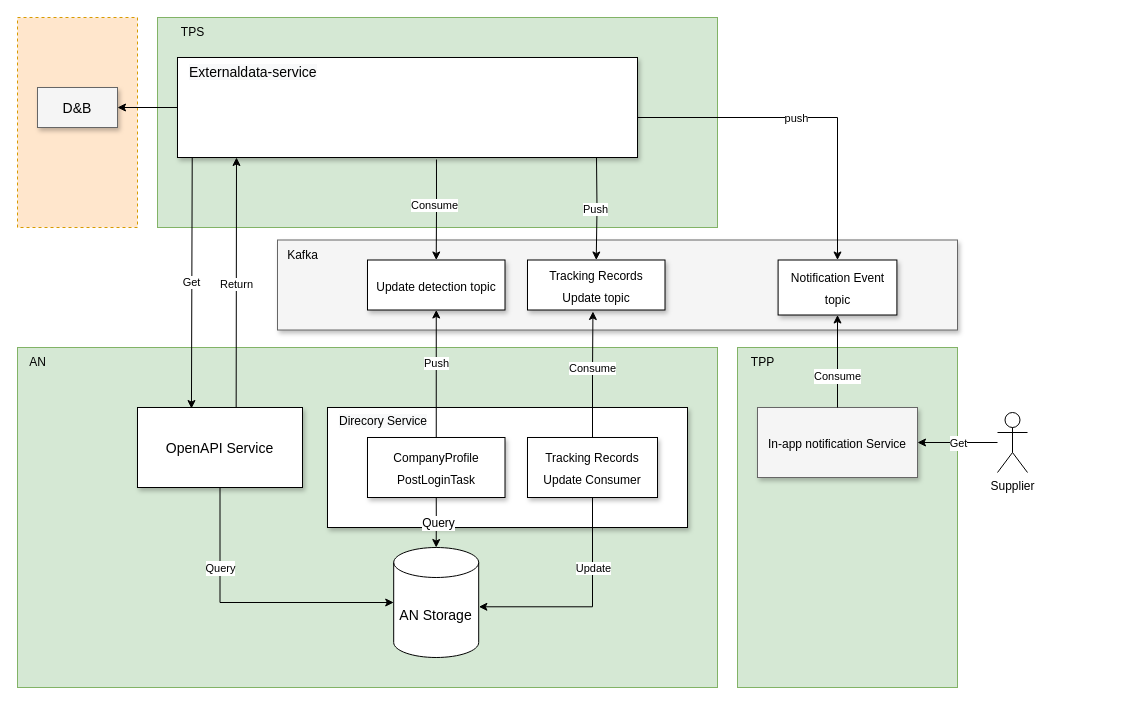
The draw.io diagram block_diagram_detection_dnb_changes.drawio in huangshijie/Drawio, before the edit. Source tidied: cells renumbered, new cells numbered last; positions are measured from the earlier drawing's top-left corner, leaving out a move shared by most shapes. Both pictures are drawn from the tidied source at 100%, with x=0, y=0 at pixel (17, 17).
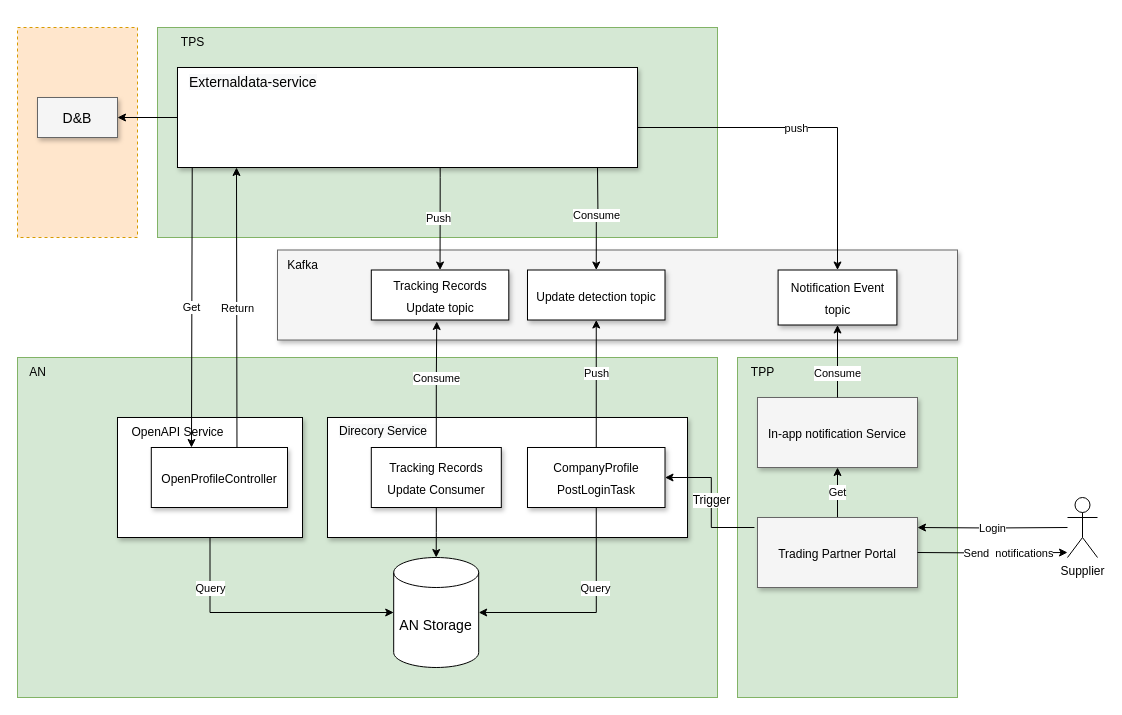
After the change.

What changed in the source:
```diff
@@
-    <mxCell id="2" style="group;" parent="1" vertex="1">
-      <mxGeometry width="1010" height="670" as="geometry" />
-    </mxCell>
+    <mxCell id="49" style="group;" parent="1" vertex="1">
+      <mxGeometry y="10" width="1040" height="670" as="geometry" />
+    </mxCell>
-    <mxCell id="3" style="rounded=0;whiteSpace=wrap;html=1;dashed=1;fillColor=#ffe6cc;strokeColor=#d79b00;" parent="2" vertex="1">
+    <mxCell id="3" style="rounded=0;whiteSpace=wrap;html=1;dashed=1;fillColor=#ffe6cc;strokeColor=#d79b00;" parent="49" vertex="1">
       <mxGeometry width="120" height="210" as="geometry" />
     </mxCell>
-    <mxCell id="4" style="rounded=0;whiteSpace=wrap;html=1;fillColor=#d5e8d4;strokeColor=#82b366;" parent="2" vertex="1">
+    <mxCell id="4" style="rounded=0;whiteSpace=wrap;html=1;fillColor=#d5e8d4;strokeColor=#82b366;" parent="49" vertex="1">
       <mxGeometry x="720" y="330" width="220" height="340" as="geometry" />
     </mxCell>
-    <mxCell id="5" style="rounded=0;whiteSpace=wrap;html=1;fillColor=#d5e8d4;strokeColor=#82b366;" parent="2" vertex="1">
+    <mxCell id="5" style="rounded=0;whiteSpace=wrap;html=1;fillColor=#d5e8d4;strokeColor=#82b366;" parent="49" vertex="1">
       <mxGeometry x="140" width="560" height="210" as="geometry" />
     </mxCell>
-    <mxCell id="6" style="rounded=0;whiteSpace=wrap;html=1;fillColor=#d5e8d4;strokeColor=#82b366;" parent="2" vertex="1">
+    <mxCell id="6" style="rounded=0;whiteSpace=wrap;html=1;fillColor=#d5e8d4;strokeColor=#82b366;" parent="49" vertex="1">
       <mxGeometry y="330" width="700" height="340" as="geometry" />
     </mxCell>
-    <mxCell id="7" style="whiteSpace=wrap;html=1;shadow=1;fontSize=18;" parent="2" vertex="1">
+    <mxCell id="7" style="whiteSpace=wrap;html=1;shadow=1;fontSize=18;" parent="49" vertex="1">
       <mxGeometry x="160" y="40" width="460" height="100" as="geometry" />
     </mxCell>
-    <mxCell id="8" value="&lt;font style=&quot;font-size: 12px;&quot;&gt;In-app notification Service&lt;/font&gt;" style="whiteSpace=wrap;html=1;shadow=1;fontSize=18;fillColor=#f5f5f5;strokeColor=#666666;" parent="2" vertex="1">
-      <mxGeometry x="740" y="390" width="160" height="70" as="geometry" />
+    <mxCell id="8" value="&lt;font style=&quot;font-size: 12px;&quot;&gt;In-app notification Service&lt;/font&gt;" style="whiteSpace=wrap;html=1;shadow=1;fontSize=18;fillColor=#f5f5f5;strokeColor=#666666;" parent="49" vertex="1">
+      <mxGeometry x="740" y="370" width="160" height="70" as="geometry" />
     </mxCell>
-    <mxCell id="9" value="&lt;font style=&quot;font-size: 14px;&quot;&gt;AN Storage&lt;/font&gt;" style="shape=cylinder3;whiteSpace=wrap;html=1;boundedLbl=1;backgroundOutline=1;size=15;" parent="2" vertex="1">
+    <mxCell id="9" value="&lt;font style=&quot;font-size: 14px;&quot;&gt;AN Storage&lt;/font&gt;" style="shape=cylinder3;whiteSpace=wrap;html=1;boundedLbl=1;backgroundOutline=1;size=15;" parent="49" vertex="1">
       <mxGeometry x="376.2" y="530" width="85" height="110" as="geometry" />
     </mxCell>
-    <mxCell id="10" value="AN" style="text;html=1;align=center;verticalAlign=middle;strokeColor=none;fillColor=none;" parent="2" vertex="1">
+    <mxCell id="10" value="AN" style="text;html=1;align=center;verticalAlign=middle;strokeColor=none;fillColor=none;" parent="49" vertex="1">
       <mxGeometry y="330" width="40" height="30" as="geometry" />
     </mxCell>
-    <mxCell id="11" value="TPP" style="text;html=1;align=center;verticalAlign=middle;strokeColor=none;fillColor=none;" parent="2" vertex="1">
+    <mxCell id="11" value="TPP" style="text;html=1;align=center;verticalAlign=middle;strokeColor=none;fillColor=none;" parent="49" vertex="1">
       <mxGeometry x="720" y="330" width="50" height="30" as="geometry" />
     </mxCell>
-    <mxCell id="12" value="TPS" style="text;html=1;align=center;verticalAlign=middle;strokeColor=none;fillColor=none;" parent="2" vertex="1">
+    <mxCell id="12" value="TPS" style="text;html=1;align=center;verticalAlign=middle;strokeColor=none;fillColor=none;" parent="49" vertex="1">
       <mxGeometry x="150" width="50" height="30" as="geometry" />
     </mxCell>
-    <mxCell id="13" value="&lt;font style=&quot;font-size: 14px;&quot;&gt;D&amp;amp;B&lt;/font&gt;" style="whiteSpace=wrap;html=1;shadow=1;fontSize=18;fillColor=#f5f5f5;strokeColor=#666666;" parent="2" vertex="1">
+    <mxCell id="13" value="&lt;font style=&quot;font-size: 14px;&quot;&gt;D&amp;amp;B&lt;/font&gt;" style="whiteSpace=wrap;html=1;shadow=1;fontSize=18;fillColor=#f5f5f5;strokeColor=#666666;" parent="49" vertex="1">
       <mxGeometry x="20" y="70" width="80" height="40" as="geometry" />
     </mxCell>
-    <mxCell id="14" style="edgeStyle=orthogonalEdgeStyle;rounded=0;jettySize=auto;html=1;exitX=0;exitY=0.5;exitDx=0;exitDy=0;" parent="2" edge="1" source="7" target="13">
+    <mxCell id="14" style="edgeStyle=orthogonalEdgeStyle;rounded=0;jettySize=auto;html=1;exitX=0;exitY=0.5;exitDx=0;exitDy=0;" parent="49" edge="1" source="7" target="13">
       <mxGeometry relative="1" as="geometry" />
     </mxCell>
-    <mxCell id="15" style="whiteSpace=wrap;html=1;shadow=1;fontSize=18;fillColor=#f5f5f5;strokeColor=#666666;" parent="2" vertex="1">
+    <mxCell id="15" style="whiteSpace=wrap;html=1;shadow=1;fontSize=18;fillColor=#f5f5f5;strokeColor=#666666;" parent="49" vertex="1">
       <mxGeometry x="260" y="222.5" width="680" height="90" as="geometry" />
     </mxCell>
-    <mxCell id="16" style="edgeStyle=orthogonalEdgeStyle;rounded=0;jettySize=auto;html=1;exitX=0.563;exitY=1.02;exitDx=0;exitDy=0;entryX=0.5;entryY=0;entryDx=0;entryDy=0;exitPerimeter=0;" parent="2" edge="1" source="7" target="34">
-      <mxGeometry relative="1" as="geometry" />
+    <mxCell id="16" style="edgeStyle=orthogonalEdgeStyle;rounded=0;jettySize=auto;html=1;entryX=0.5;entryY=0;entryDx=0;entryDy=0;" parent="49" edge="1" target="34">
+      <mxGeometry relative="1" as="geometry">
+        <mxPoint x="580" y="140" as="sourcePoint" />
+      </mxGeometry>
     </mxCell>
@@
-    <mxCell id="18" style="whiteSpace=wrap;html=1;shadow=1;fontSize=18;" parent="2" vertex="1">
+    <mxCell id="18" style="whiteSpace=wrap;html=1;shadow=1;fontSize=18;" parent="49" vertex="1">
       <mxGeometry x="310" y="390" width="360" height="120" as="geometry" />
     </mxCell>
-    <mxCell id="19" style="endArrow=classic;html=1;rounded=0;exitX=0.598;exitY=0.008;exitDx=0;exitDy=0;exitPerimeter=0;" parent="2" edge="1" source="23">
-      <mxGeometry relative="1" as="geometry">
-        <mxPoint x="219" y="140" as="targetPoint" />
-      </mxGeometry>
-    </mxCell>
-    <mxCell id="20" value="Return" style="edgeLabel;html=1;align=center;verticalAlign=middle;" parent="19" vertex="1">
-      <mxGeometry x="0.02" relative="1" as="geometry">
-        <mxPoint y="4" as="offset" />
-      </mxGeometry>
-    </mxCell>
-    <mxCell id="21" style="edgeStyle=orthogonalEdgeStyle;rounded=0;jettySize=auto;html=1;exitX=0.5;exitY=1;exitDx=0;exitDy=0;entryX=0;entryY=0.5;entryDx=0;entryDy=0;entryPerimeter=0;fontSize=12;" parent="2" edge="1" source="23" target="9">
+    <mxCell id="21" style="edgeStyle=orthogonalEdgeStyle;rounded=0;jettySize=auto;html=1;exitX=0.5;exitY=1;exitDx=0;exitDy=0;entryX=0;entryY=0.5;entryDx=0;entryDy=0;entryPerimeter=0;fontSize=12;" parent="49" edge="1" source="23" target="9">
       <mxGeometry relative="1" as="geometry" />
     </mxCell>
     <mxCell id="22" value="&lt;font style=&quot;font-size: 11px;&quot;&gt;Query&lt;/font&gt;" style="edgeLabel;html=1;align=center;verticalAlign=middle;fontSize=12;" parent="21" vertex="1">
       <mxGeometry x="-0.12" relative="1" as="geometry">
-        <mxPoint x="-12" y="-35" as="offset" />
+        <mxPoint x="-39" y="-25" as="offset" />
       </mxGeometry>
     </mxCell>
-    <mxCell id="23" value="&lt;font style=&quot;font-size: 14px;&quot;&gt;OpenAPI Service&lt;/font&gt;" style="whiteSpace=wrap;html=1;shadow=1;fontSize=18;" parent="2" vertex="1">
-      <mxGeometry x="120" y="390" width="165" height="80" as="geometry" />
+    <mxCell id="23" style="whiteSpace=wrap;html=1;shadow=1;fontSize=18;" parent="49" vertex="1">
+      <mxGeometry x="100" y="390" width="185" height="120" as="geometry" />
     </mxCell>
-    <mxCell id="24" value="Get" style="endArrow=classic;html=1;rounded=0;entryX=0.327;entryY=0.013;entryDx=0;entryDy=0;entryPerimeter=0;exitX=0.032;exitY=1.002;exitDx=0;exitDy=0;exitPerimeter=0;" parent="2" edge="1" source="7" target="23">
+    <mxCell id="24" value="Get" style="endArrow=classic;html=1;rounded=0;entryX=0.295;entryY=0;entryDx=0;entryDy=0;entryPerimeter=0;exitX=0.032;exitY=1.002;exitDx=0;exitDy=0;exitPerimeter=0;" parent="49" edge="1" source="7" target="51">
       <mxGeometry relative="1" as="geometry" />
     </mxCell>
-    <mxCell id="25" style="edgeStyle=orthogonalEdgeStyle;rounded=0;jettySize=auto;html=1;entryX=0.5;entryY=0;entryDx=0;entryDy=0;" parent="2" edge="1" target="37">
+    <mxCell id="25" style="edgeStyle=orthogonalEdgeStyle;rounded=0;jettySize=auto;html=1;entryX=0.5;entryY=0;entryDx=0;entryDy=0;exitX=0.571;exitY=1.001;exitDx=0;exitDy=0;exitPerimeter=0;" parent="49" edge="1" source="7" target="37">
       <mxGeometry relative="1" as="geometry">
-        <mxPoint x="579" y="140" as="sourcePoint" />
+        <Array as="points">
+          <mxPoint x="423" y="150" />
+          <mxPoint x="423" y="150" />
+        </Array>
       </mxGeometry>
     </mxCell>
@@
-    <mxCell id="27" value="&lt;font style=&quot;font-size: 12px;&quot;&gt;CompanyProfile&lt;br&gt;PostLoginTask&lt;/font&gt;" style="whiteSpace=wrap;html=1;shadow=1;fontSize=18;" parent="2" vertex="1">
-      <mxGeometry x="350" y="420" width="137.5" height="60" as="geometry" />
+    <mxCell id="27" value="&lt;font style=&quot;font-size: 12px;&quot;&gt;CompanyProfile&lt;br&gt;PostLoginTask&lt;/font&gt;" style="whiteSpace=wrap;html=1;shadow=1;fontSize=18;" parent="49" vertex="1">
+      <mxGeometry x="510" y="420" width="137.5" height="60" as="geometry" />
     </mxCell>
-    <mxCell id="28" style="edgeStyle=orthogonalEdgeStyle;rounded=0;jettySize=auto;html=1;fontSize=18;startArrow=none;startFill=0;entryX=0.5;entryY=0;entryDx=0;entryDy=0;entryPerimeter=0;exitX=0.5;exitY=1;exitDx=0;exitDy=0;" parent="2" edge="1" source="27" target="9">
+    <mxCell id="28" style="edgeStyle=orthogonalEdgeStyle;rounded=0;jettySize=auto;html=1;fontSize=18;startArrow=none;startFill=0;entryX=1;entryY=0.5;entryDx=0;entryDy=0;entryPerimeter=0;exitX=0.5;exitY=1;exitDx=0;exitDy=0;" parent="49" edge="1" source="27" target="9">
       <mxGeometry relative="1" as="geometry" />
     </mxCell>
-    <mxCell id="29" value="Query" style="edgeLabel;html=1;align=center;verticalAlign=middle;fontSize=12;" parent="28" vertex="1">
-      <mxGeometry x="0.02" y="2" relative="1" as="geometry" />
+    <mxCell id="29" value="&lt;font style=&quot;font-size: 11px;&quot;&gt;Query&lt;/font&gt;" style="edgeLabel;html=1;align=center;verticalAlign=middle;fontSize=12;" parent="28" vertex="1">
+      <mxGeometry x="0.02" y="2" relative="1" as="geometry">
+        <mxPoint x="8" y="-27" as="offset" />
+      </mxGeometry>
     </mxCell>
-    <mxCell id="30" style="edgeStyle=orthogonalEdgeStyle;rounded=0;jettySize=auto;html=1;exitX=0.5;exitY=1;exitDx=0;exitDy=0;entryX=1.002;entryY=0.539;entryDx=0;entryDy=0;entryPerimeter=0;" parent="2" edge="1" source="32" target="9">
+    <mxCell id="30" style="edgeStyle=orthogonalEdgeStyle;rounded=0;jettySize=auto;html=1;exitX=0.5;exitY=1;exitDx=0;exitDy=0;entryX=0.5;entryY=0;entryDx=0;entryDy=0;entryPerimeter=0;" parent="49" edge="1" source="32" target="9">
       <mxGeometry relative="1" as="geometry" />
     </mxCell>
@@
-    <mxCell id="32" value="&lt;font style=&quot;font-size: 12px;&quot;&gt;Tracking Records Update Consumer&lt;/font&gt;" style="whiteSpace=wrap;html=1;shadow=1;fontSize=18;" parent="2" vertex="1">
-      <mxGeometry x="510" y="420" width="130" height="60" as="geometry" />
+    <mxCell id="32" value="&lt;font style=&quot;font-size: 12px;&quot;&gt;Tracking Records Update Consumer&lt;/font&gt;" style="whiteSpace=wrap;html=1;shadow=1;fontSize=18;" parent="49" vertex="1">
+      <mxGeometry x="353.8" y="420" width="130" height="60" as="geometry" />
     </mxCell>
-    <mxCell id="33" value="&lt;span style=&quot;color: rgb(0, 0, 0); font-family: Helvetica; font-style: normal; font-variant-ligatures: normal; font-variant-caps: normal; font-weight: 400; letter-spacing: normal; orphans: 2; text-align: center; text-indent: 0px; text-transform: none; widows: 2; word-spacing: 0px; -webkit-text-stroke-width: 0px; background-color: rgb(248, 249, 250); text-decoration-thickness: initial; text-decoration-style: initial; text-decoration-color: initial; float: none; display: inline !important;&quot;&gt;&lt;font style=&quot;font-size: 12px;&quot;&gt;Direcory Service&lt;/font&gt;&lt;/span&gt;" style="text;whiteSpace=wrap;html=1;" parent="2" vertex="1">
+    <mxCell id="33" value="&lt;span style=&quot;color: rgb(0, 0, 0); font-family: Helvetica; font-style: normal; font-variant-ligatures: normal; font-variant-caps: normal; font-weight: 400; letter-spacing: normal; orphans: 2; text-align: center; text-indent: 0px; text-transform: none; widows: 2; word-spacing: 0px; -webkit-text-stroke-width: 0px; background-color: rgb(248, 249, 250); text-decoration-thickness: initial; text-decoration-style: initial; text-decoration-color: initial; float: none; display: inline !important;&quot;&gt;&lt;font style=&quot;font-size: 12px;&quot;&gt;Direcory Service&lt;/font&gt;&lt;/span&gt;" style="text;whiteSpace=wrap;html=1;" parent="49" vertex="1">
       <mxGeometry x="320" y="390" width="110" height="30" as="geometry" />
     </mxCell>
-    <mxCell id="34" value="&lt;font style=&quot;font-size: 12px;&quot;&gt;Update detection topic&lt;/font&gt;" style="whiteSpace=wrap;html=1;shadow=1;fontSize=18;" parent="2" vertex="1">
-      <mxGeometry x="350" y="242.5" width="137.5" height="50" as="geometry" />
+    <mxCell id="34" value="&lt;font style=&quot;font-size: 12px;&quot;&gt;Update detection topic&lt;/font&gt;" style="whiteSpace=wrap;html=1;shadow=1;fontSize=18;" parent="49" vertex="1">
+      <mxGeometry x="510" y="242.5" width="137.5" height="50" as="geometry" />
     </mxCell>
-    <mxCell id="35" style="edgeStyle=orthogonalEdgeStyle;rounded=0;jettySize=auto;html=1;exitX=0.5;exitY=0;exitDx=0;exitDy=0;entryX=0.5;entryY=1;entryDx=0;entryDy=0;" parent="2" edge="1" source="27" target="34">
+    <mxCell id="35" style="edgeStyle=orthogonalEdgeStyle;rounded=0;jettySize=auto;html=1;exitX=0.5;exitY=0;exitDx=0;exitDy=0;entryX=0.5;entryY=1;entryDx=0;entryDy=0;" parent="49" edge="1" source="27" target="34">
       <mxGeometry relative="1" as="geometry" />
     </mxCell>
@@
-    <mxCell id="37" value="&lt;font style=&quot;font-size: 12px;&quot;&gt;Tracking Records Update&amp;nbsp;topic&lt;/font&gt;" style="whiteSpace=wrap;html=1;shadow=1;fontSize=18;" parent="2" vertex="1">
-      <mxGeometry x="510" y="242.5" width="137.5" height="50" as="geometry" />
+    <mxCell id="37" value="&lt;font style=&quot;font-size: 12px;&quot;&gt;Tracking Records Update&amp;nbsp;topic&lt;/font&gt;" style="whiteSpace=wrap;html=1;shadow=1;fontSize=18;" parent="49" vertex="1">
+      <mxGeometry x="353.8" y="242.5" width="137.5" height="50" as="geometry" />
     </mxCell>
-    <mxCell id="38" value="Kafka" style="text;html=1;align=center;verticalAlign=middle;strokeColor=none;fillColor=none;" parent="2" vertex="1">
+    <mxCell id="38" value="Kafka" style="text;html=1;align=center;verticalAlign=middle;strokeColor=none;fillColor=none;" parent="49" vertex="1">
       <mxGeometry x="260" y="222.5" width="50" height="30" as="geometry" />
     </mxCell>
-    <mxCell id="39" value="&lt;span style=&quot;font-size: 12px;&quot;&gt;Notification Event topic&lt;/span&gt;" style="whiteSpace=wrap;html=1;shadow=1;fontSize=18;" parent="2" vertex="1">
+    <mxCell id="39" value="&lt;span style=&quot;font-size: 12px;&quot;&gt;Notification Event topic&lt;/span&gt;" style="whiteSpace=wrap;html=1;shadow=1;fontSize=18;" parent="49" vertex="1">
       <mxGeometry x="760.6" y="242.5" width="118.8" height="55" as="geometry" />
     </mxCell>
-    <mxCell id="40" value="&lt;font style=&quot;font-size: 12px;&quot;&gt;Supplier&lt;/font&gt;" style="shape=umlActor;verticalLabelPosition=bottom;verticalAlign=top;html=1;outlineConnect=0;" parent="2" vertex="1">
-      <mxGeometry x="980" y="395" width="30" height="60" as="geometry" />
-    </mxCell>
-    <mxCell id="41" style="edgeStyle=orthogonalEdgeStyle;rounded=0;jettySize=auto;html=1;entryX=1;entryY=0.5;entryDx=0;entryDy=0;" parent="2" edge="1" source="40" target="8">
-      <mxGeometry relative="1" as="geometry" />
-    </mxCell>
-    <mxCell id="42" value="&lt;font style=&quot;font-size: 11px;&quot;&gt;Get&lt;/font&gt;" style="edgeLabel;html=1;align=center;verticalAlign=middle;fontSize=12;" parent="41" vertex="1">
-      <mxGeometry x="0.01" relative="1" as="geometry" />
-    </mxCell>
-    <mxCell id="43" style="edgeStyle=orthogonalEdgeStyle;rounded=0;jettySize=auto;html=1;exitX=1;exitY=0.676;exitDx=0;exitDy=0;exitPerimeter=0;" parent="2" edge="1" source="7" target="39">
+    <mxCell id="43" style="edgeStyle=orthogonalEdgeStyle;rounded=0;jettySize=auto;html=1;exitX=1;exitY=0.676;exitDx=0;exitDy=0;exitPerimeter=0;" parent="49" edge="1" source="7" target="39">
       <mxGeometry relative="1" as="geometry">
         <Array as="points">
           <mxPoint x="620" y="100" />
           <mxPoint x="820" y="100" />
         </Array>
       </mxGeometry>
     </mxCell>
@@
-    <mxCell id="45" value="Consume" style="edgeStyle=orthogonalEdgeStyle;rounded=0;jettySize=auto;html=1;entryX=0.476;entryY=1.03;entryDx=0;entryDy=0;entryPerimeter=0;exitX=0.5;exitY=0;exitDx=0;exitDy=0;" parent="2" edge="1" source="32" target="37">
+    <mxCell id="45" value="Consume" style="edgeStyle=orthogonalEdgeStyle;rounded=0;jettySize=auto;html=1;entryX=0.476;entryY=1.03;entryDx=0;entryDy=0;entryPerimeter=0;exitX=0.5;exitY=0;exitDx=0;exitDy=0;" parent="49" edge="1" source="32" target="37">
       <mxGeometry x="0.11" relative="1" as="geometry" />
     </mxCell>
-    <mxCell id="46" style="edgeStyle=orthogonalEdgeStyle;rounded=0;jettySize=auto;html=1;entryX=0.5;entryY=1;entryDx=0;entryDy=0;fontSize=12;exitX=0.5;exitY=0;exitDx=0;exitDy=0;" parent="2" edge="1" source="8" target="39">
+    <mxCell id="46" style="edgeStyle=orthogonalEdgeStyle;rounded=0;jettySize=auto;html=1;entryX=0.5;entryY=1;entryDx=0;entryDy=0;fontSize=12;exitX=0.5;exitY=0;exitDx=0;exitDy=0;" parent="49" edge="1" source="8" target="39">
       <mxGeometry relative="1" as="geometry" />
     </mxCell>
@@
-    <mxCell id="48" value="&lt;span style=&quot;color: rgb(0, 0, 0); font-family: Helvetica; font-size: 14px; font-style: normal; font-variant-ligatures: normal; font-variant-caps: normal; font-weight: 400; letter-spacing: normal; orphans: 2; text-align: center; text-indent: 0px; text-transform: none; widows: 2; word-spacing: 0px; -webkit-text-stroke-width: 0px; background-color: rgb(248, 249, 250); text-decoration-thickness: initial; text-decoration-style: initial; text-decoration-color: initial; float: none; display: inline !important;&quot;&gt;Externaldata-service&lt;/span&gt;" style="text;whiteSpace=wrap;html=1;fontSize=12;" parent="2" vertex="1">
+    <mxCell id="48" value="&lt;span style=&quot;color: rgb(0, 0, 0); font-family: Helvetica; font-size: 14px; font-style: normal; font-variant-ligatures: normal; font-variant-caps: normal; font-weight: 400; letter-spacing: normal; orphans: 2; text-align: center; text-indent: 0px; text-transform: none; widows: 2; word-spacing: 0px; -webkit-text-stroke-width: 0px; background-color: rgb(248, 249, 250); text-decoration-thickness: initial; text-decoration-style: initial; text-decoration-color: initial; float: none; display: inline !important;&quot;&gt;Externaldata-service&lt;/span&gt;" style="text;whiteSpace=wrap;html=1;fontSize=12;" parent="49" vertex="1">
       <mxGeometry x="170" y="40" width="160" height="40" as="geometry" />
     </mxCell>
+    <mxCell id="50" value="&lt;font style=&quot;font-size: 12px;&quot;&gt;OpenAPI Service&lt;/font&gt;" style="text;html=1;align=center;verticalAlign=middle;strokeColor=none;fillColor=none;fontSize=12;" parent="49" vertex="1">
+      <mxGeometry x="100" y="390" width="120" height="30" as="geometry" />
+    </mxCell>
+    <mxCell id="51" value="&lt;p&gt;&lt;font style=&quot;font-size: 12px;&quot;&gt;OpenProfileController&lt;/font&gt;&lt;/p&gt;" style="whiteSpace=wrap;html=1;shadow=1;fontSize=18;" parent="49" vertex="1">
+      <mxGeometry x="133.8" y="420" width="136.2" height="60" as="geometry" />
+    </mxCell>
+    <mxCell id="19" style="endArrow=classic;html=1;rounded=0;exitX=0.629;exitY=-0.004;exitDx=0;exitDy=0;exitPerimeter=0;" parent="49" edge="1" source="51">
+      <mxGeometry relative="1" as="geometry">
+        <mxPoint x="219" y="140" as="targetPoint" />
+      </mxGeometry>
+    </mxCell>
+    <mxCell id="20" value="Return" style="edgeLabel;html=1;align=center;verticalAlign=middle;" parent="19" vertex="1">
+      <mxGeometry x="0.02" relative="1" as="geometry">
+        <mxPoint y="4" as="offset" />
+      </mxGeometry>
+    </mxCell>
+    <mxCell id="52" value="Trigger" style="edgeStyle=orthogonalEdgeStyle;rounded=0;jettySize=auto;html=1;entryX=1;entryY=0.5;entryDx=0;entryDy=0;fontSize=12;exitX=-0.019;exitY=0.143;exitDx=0;exitDy=0;exitPerimeter=0;" parent="49" edge="1" source="54" target="27">
+      <mxGeometry relative="1" as="geometry" />
+    </mxCell>
+    <mxCell id="53" value="&lt;font style=&quot;font-size: 11px;&quot;&gt;Get&lt;/font&gt;" style="edgeStyle=orthogonalEdgeStyle;rounded=0;jettySize=auto;html=1;exitX=0.5;exitY=0;exitDx=0;exitDy=0;entryX=0.5;entryY=1;entryDx=0;entryDy=0;fontSize=12;" parent="49" edge="1" source="54" target="8">
+      <mxGeometry relative="1" as="geometry" />
+    </mxCell>
+    <mxCell id="54" value="&lt;font style=&quot;font-size: 12px;&quot;&gt;Trading Partner Portal&lt;/font&gt;" style="whiteSpace=wrap;html=1;shadow=1;fontSize=18;fillColor=#f5f5f5;strokeColor=#666666;" parent="49" vertex="1">
+      <mxGeometry x="740" y="490" width="160" height="70" as="geometry" />
+    </mxCell>
+    <mxCell id="40" value="&lt;font style=&quot;font-size: 12px;&quot;&gt;Supplier&lt;/font&gt;" style="shape=umlActor;verticalLabelPosition=bottom;verticalAlign=top;html=1;outlineConnect=0;" parent="1" vertex="1">
+      <mxGeometry x="1050" y="480" width="30" height="60" as="geometry" />
+    </mxCell>
+    <mxCell id="41" style="edgeStyle=orthogonalEdgeStyle;rounded=0;jettySize=auto;html=1;entryX=1;entryY=0.143;entryDx=0;entryDy=0;entryPerimeter=0;" parent="1" edge="1" target="54">
+      <mxGeometry relative="1" as="geometry">
+        <mxPoint x="1050" y="510" as="sourcePoint" />
+      </mxGeometry>
+    </mxCell>
+    <mxCell id="42" value="&lt;font style=&quot;font-size: 11px;&quot;&gt;Login&lt;/font&gt;" style="edgeLabel;html=1;align=center;verticalAlign=middle;fontSize=12;" parent="41" vertex="1">
+      <mxGeometry x="0.01" relative="1" as="geometry" />
+    </mxCell>
+    <mxCell id="55" style="edgeStyle=orthogonalEdgeStyle;rounded=0;jettySize=auto;html=1;entryX=1;entryY=0.5;entryDx=0;entryDy=0;fontSize=12;endArrow=none;endFill=0;startArrow=classic;startFill=1;" parent="1" edge="1" target="54">
+      <mxGeometry relative="1" as="geometry">
+        <mxPoint x="1050" y="535" as="sourcePoint" />
+      </mxGeometry>
+    </mxCell>
+    <mxCell id="56" value="&lt;font style=&quot;font-size: 11px;&quot;&gt;Send&amp;nbsp;&lt;/font&gt;&lt;span style=&quot;font-size: 11px;&quot;&gt;&amp;nbsp;notifications&lt;/span&gt;" style="edgeLabel;html=1;align=center;verticalAlign=middle;fontSize=12;" parent="55" vertex="1">
+      <mxGeometry x="0.26" relative="1" as="geometry">
+        <mxPoint x="35" as="offset" />
+      </mxGeometry>
+    </mxCell>
```
